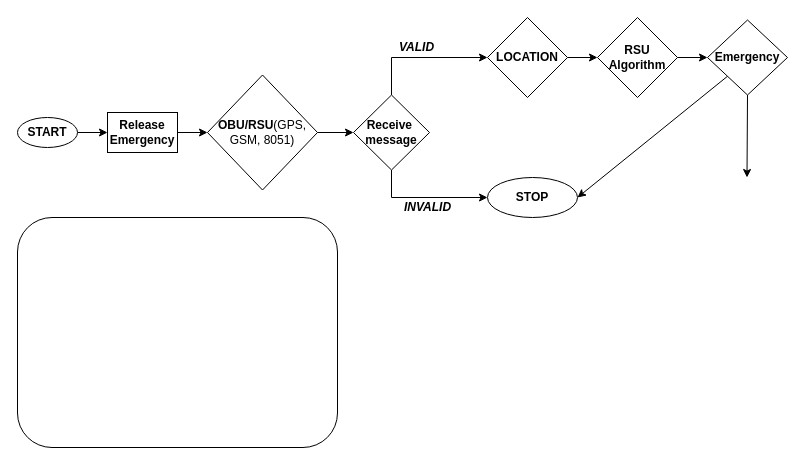
Earlier version of the draw.io diagram page "Page-1" (1 of 2) of WASN.drawio (sarthak100301/FlowCharts). Source tidied: cells renumbered, new cells numbered last; positions are measured from the earlier drawing's top-left corner, leaving out a move shared by most shapes. Both pictures are drawn from the tidied source at 100%, with x=0, y=0 at pixel (17, 17).
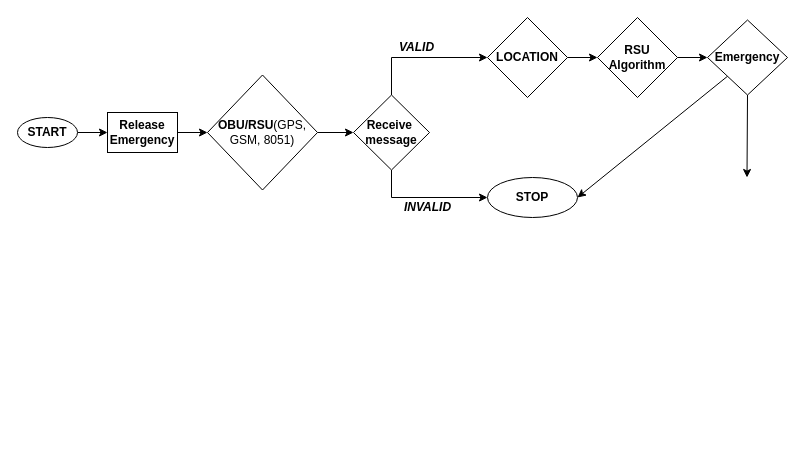
After the change.

What changed in the source:
```diff
@@
-    <mxCell id="2" style="rounded=1;whiteSpace=wrap;html=1;" parent="1" vertex="1">
-      <mxGeometry y="200" width="320" height="230" as="geometry" />
-    </mxCell>
```
